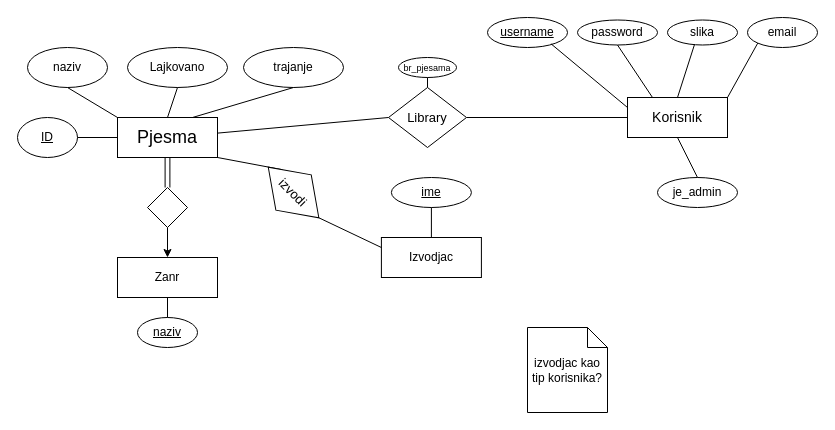
Earlier version of the draw.io diagram bazaSS.drawio (535-smilos/it-projekat). Source tidied: cells renumbered, new cells numbered last; positions are measured from the earlier drawing's top-left corner, leaving out a move shared by most shapes. Both pictures are drawn from the tidied source at 100%, with x=0, y=0 at pixel (17, 17).
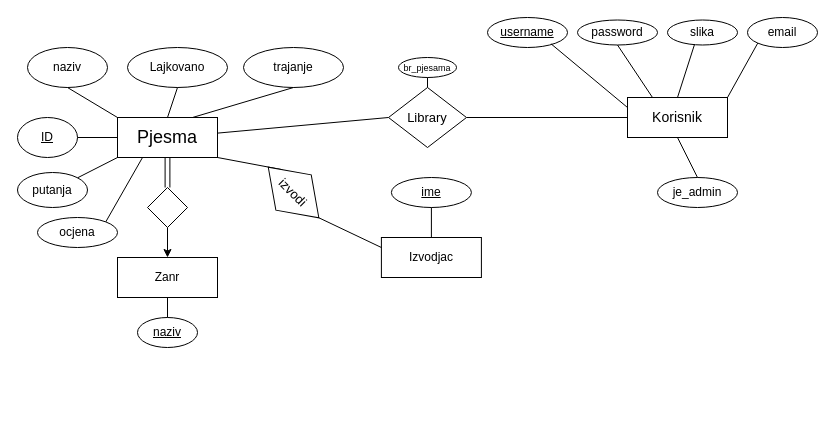
The same page after the edit.

Commit message:
baza kompletirana

Unchanged cells that the change refers to:
```xml
<mxCell id="2" value="&lt;font style=&quot;font-size: 18px;&quot;&gt;Pjesma&lt;/font&gt;" style="whiteSpace=wrap;html=1;align=center;" parent="1" vertex="1">
  <mxGeometry x="100" y="100" width="100" height="40" as="geometry" />
</mxCell>
```

What changed in the source:
```diff
@@
-    <mxCell id="40" value="izvodjac kao tip korisnika?" style="shape=note;size=20;whiteSpace=wrap;html=1;" parent="1" vertex="1">
-      <mxGeometry x="510" y="310" width="80" height="85" as="geometry" />
-    </mxCell>
+    <mxCell id="41" value="putanja" style="ellipse;whiteSpace=wrap;html=1;align=center;" parent="1" vertex="1">
+      <mxGeometry y="155" width="70" height="35" as="geometry" />
+    </mxCell>
+    <mxCell id="42" value="ocjena" style="ellipse;whiteSpace=wrap;html=1;align=center;" parent="1" vertex="1">
+      <mxGeometry x="20" y="200" width="80" height="30" as="geometry" />
+    </mxCell>
+    <mxCell id="43" style="endArrow=none;html=1;rounded=0;exitX=1;exitY=0;exitDx=0;exitDy=0;entryX=0;entryY=1;entryDx=0;entryDy=0;" parent="1" edge="1" source="41" target="2">
+      <mxGeometry relative="1" as="geometry" />
+    </mxCell>
+    <mxCell id="44" style="endArrow=none;html=1;rounded=0;exitX=1;exitY=0;exitDx=0;exitDy=0;entryX=0.25;entryY=1;entryDx=0;entryDy=0;" parent="1" edge="1" source="42" target="2">
+      <mxGeometry relative="1" as="geometry" />
+    </mxCell>
```
